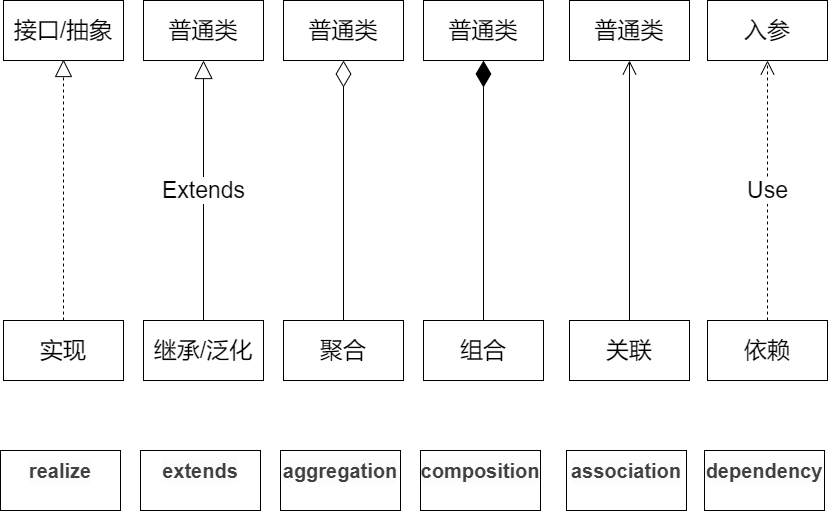
scdays/asset keeps this draw.io diagram as UML.png. Above is the earlier version. Source tidied: cells renumbered, new cells last; positions are measured from the earlier drawing's top-left corner, leaving out a move shared by most shapes.
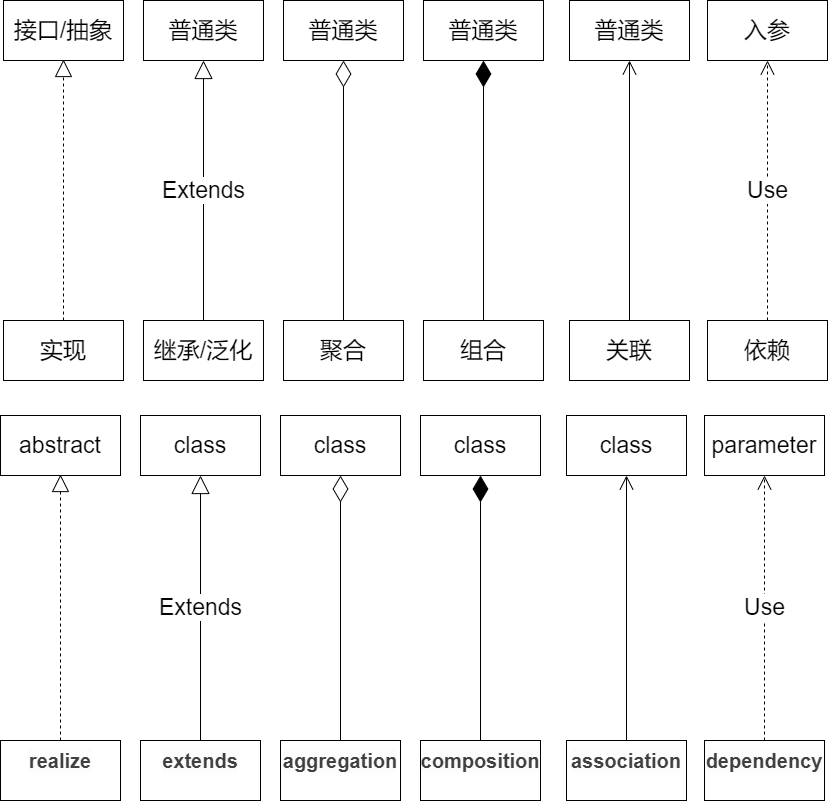
Above is the later version.

The edit, as a diff of the source:
```diff
@@ -59,22 +59,62 @@
       <mxGeometry relative="1" as="geometry" />
     </mxCell>
     <mxCell id="20" value="&lt;h3 style=&quot;box-sizing: border-box ; margin-top: 0px ; font-family: &amp;#34;roboto slab&amp;#34; , , &amp;#34;georgia&amp;#34; , &amp;#34;arial&amp;#34; , sans-serif ; font-size: 20px ; color: rgb(64 , 64 , 64) ; background-color: rgb(252 , 252 , 252)&quot;&gt;realize&lt;/h3&gt;" style="rounded=0;whiteSpace=wrap;html=1;fontSize=23;" parent="1" vertex="1">
-      <mxGeometry y="450" width="120" height="60" as="geometry" />
+      <mxGeometry y="740" width="120" height="60" as="geometry" />
     </mxCell>
     <mxCell id="21" value="&lt;h3 style=&quot;box-sizing: border-box ; margin-top: 0px ; font-family: &amp;#34;roboto slab&amp;#34; , , &amp;#34;georgia&amp;#34; , &amp;#34;arial&amp;#34; , sans-serif ; font-size: 20px ; color: rgb(64 , 64 , 64) ; background-color: rgb(252 , 252 , 252)&quot;&gt;extends&lt;/h3&gt;" style="rounded=0;whiteSpace=wrap;html=1;fontSize=23;" parent="1" vertex="1">
-      <mxGeometry x="140" y="450" width="120" height="60" as="geometry" />
+      <mxGeometry x="140" y="740" width="120" height="60" as="geometry" />
     </mxCell>
     <mxCell id="22" value="&lt;h3 style=&quot;box-sizing: border-box ; margin-top: 0px ; font-family: &amp;#34;roboto slab&amp;#34; , , &amp;#34;georgia&amp;#34; , &amp;#34;arial&amp;#34; , sans-serif ; font-size: 20px ; color: rgb(64 , 64 , 64) ; background-color: rgb(252 , 252 , 252)&quot;&gt;aggregation&lt;/h3&gt;" style="rounded=0;whiteSpace=wrap;html=1;fontSize=23;" parent="1" vertex="1">
-      <mxGeometry x="280" y="450" width="120" height="60" as="geometry" />
+      <mxGeometry x="280" y="740" width="120" height="60" as="geometry" />
     </mxCell>
     <mxCell id="23" value="&lt;h3 style=&quot;box-sizing: border-box ; margin-top: 0px ; font-family: &amp;#34;roboto slab&amp;#34; , , &amp;#34;georgia&amp;#34; , &amp;#34;arial&amp;#34; , sans-serif ; font-size: 20px ; color: rgb(64 , 64 , 64) ; background-color: rgb(252 , 252 , 252)&quot;&gt;composition&lt;/h3&gt;" style="rounded=0;whiteSpace=wrap;html=1;fontSize=23;" parent="1" vertex="1">
-      <mxGeometry x="420" y="450" width="120" height="60" as="geometry" />
+      <mxGeometry x="420" y="740" width="120" height="60" as="geometry" />
     </mxCell>
     <mxCell id="24" value="&lt;h3 style=&quot;box-sizing: border-box ; margin-top: 0px ; font-family: &amp;#34;roboto slab&amp;#34; , , &amp;#34;georgia&amp;#34; , &amp;#34;arial&amp;#34; , sans-serif ; font-size: 20px ; color: rgb(64 , 64 , 64) ; background-color: rgb(252 , 252 , 252)&quot;&gt;dependency&lt;/h3&gt;" style="rounded=0;whiteSpace=wrap;html=1;fontSize=23;" parent="1" vertex="1">
-      <mxGeometry x="704" y="450" width="120" height="60" as="geometry" />
+      <mxGeometry x="704" y="740" width="120" height="60" as="geometry" />
     </mxCell>
     <mxCell id="25" value="&lt;h3 style=&quot;box-sizing: border-box ; margin-top: 0px ; font-family: &amp;#34;roboto slab&amp;#34; , , &amp;#34;georgia&amp;#34; , &amp;#34;arial&amp;#34; , sans-serif ; font-size: 20px ; color: rgb(64 , 64 , 64) ; background-color: rgb(252 , 252 , 252)&quot;&gt;association&lt;/h3&gt;" style="rounded=0;whiteSpace=wrap;html=1;fontSize=23;" parent="1" vertex="1">
-      <mxGeometry x="566" y="450" width="120" height="60" as="geometry" />
+      <mxGeometry x="566" y="740" width="120" height="60" as="geometry" />
     </mxCell>
+    <mxCell id="26" value="abstract" style="rounded=0;whiteSpace=wrap;html=1;fontSize=23;" parent="1" vertex="1">
+      <mxGeometry y="415" width="120" height="60" as="geometry" />
+    </mxCell>
+    <mxCell id="27" value="class" style="rounded=0;whiteSpace=wrap;html=1;fontSize=23;" parent="1" vertex="1">
+      <mxGeometry x="140" y="415" width="120" height="60" as="geometry" />
+    </mxCell>
+    <mxCell id="28" value="class" style="rounded=0;whiteSpace=wrap;html=1;fontSize=23;" parent="1" vertex="1">
+      <mxGeometry x="280" y="415" width="120" height="60" as="geometry" />
+    </mxCell>
+    <mxCell id="29" value="class" style="rounded=0;whiteSpace=wrap;html=1;fontSize=23;" parent="1" vertex="1">
+      <mxGeometry x="420" y="415" width="120" height="60" as="geometry" />
+    </mxCell>
+    <mxCell id="30" value="parameter" style="rounded=0;whiteSpace=wrap;html=1;fontSize=23;" parent="1" vertex="1">
+      <mxGeometry x="704" y="415" width="120" height="60" as="geometry" />
+    </mxCell>
+    <mxCell id="31" value="class" style="rounded=0;whiteSpace=wrap;html=1;fontSize=23;" parent="1" vertex="1">
+      <mxGeometry x="566" y="415" width="120" height="60" as="geometry" />
+    </mxCell>
+    <mxCell id="32" style="endArrow=block;dashed=1;endFill=0;endSize=15;html=1;fontSize=23;startSize=10;targetPerimeterSpacing=0;" parent="1" edge="1" source="20">
+      <mxGeometry relative="1" as="geometry">
+        <mxPoint x="60" y="474" as="targetPoint" />
+      </mxGeometry>
+    </mxCell>
+    <mxCell id="33" value="Use" style="endArrow=open;endSize=12;dashed=1;html=1;fontSize=23;exitX=0.5;exitY=0;exitDx=0;exitDy=0;entryX=0.5;entryY=1;entryDx=0;entryDy=0;" parent="1" edge="1" source="24" target="30">
+      <mxGeometry relative="1" as="geometry" />
+    </mxCell>
+    <mxCell id="34" style="endArrow=diamondThin;endFill=0;endSize=24;html=1;fontSize=23;entryX=0.5;entryY=1;entryDx=0;entryDy=0;exitX=0.5;exitY=0;exitDx=0;exitDy=0;" parent="1" edge="1" source="22" target="28">
+      <mxGeometry relative="1" as="geometry" />
+    </mxCell>
+    <mxCell id="35" style="endArrow=diamondThin;endFill=1;endSize=24;html=1;fontSize=23;entryX=0.5;entryY=1;entryDx=0;entryDy=0;" parent="1" edge="1" source="23" target="29">
+      <mxGeometry relative="1" as="geometry" />
+    </mxCell>
+    <mxCell id="36" style="endArrow=open;endFill=1;endSize=12;html=1;fontSize=23;entryX=0.5;entryY=1;entryDx=0;entryDy=0;" parent="1" edge="1" target="31">
+      <mxGeometry relative="1" as="geometry">
+        <mxPoint x="626" y="740" as="sourcePoint" />
+      </mxGeometry>
+    </mxCell>
+    <mxCell id="37" value="Extends" style="endArrow=block;endSize=16;endFill=0;html=1;fontSize=23;entryX=0.5;entryY=1;entryDx=0;entryDy=0;exitX=0.5;exitY=0;exitDx=0;exitDy=0;" parent="1" edge="1" source="21" target="27">
+      <mxGeometry relative="1" as="geometry" />
+    </mxCell>
   </root>
 </mxGraphModel>
```
